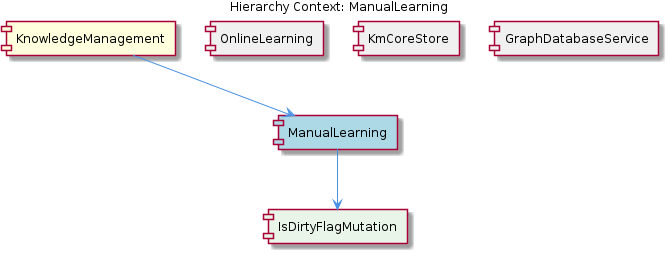
This is knowledge-management/insights/images/manual-learning-relationship.png from fwornle/coding, a PlantUML export, as it was before one commit. Its source is kept beside it as .data/knowledge-graph/insights/puml/manual-learning-relationship.puml.
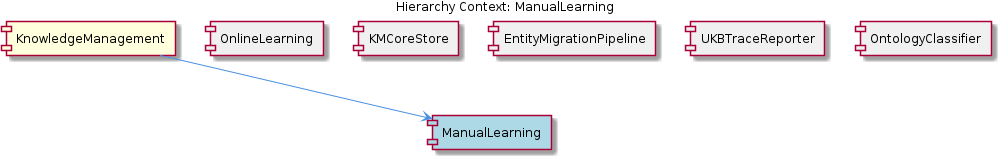
The same diagram one commit later.

Diff of the diagram source:
```diff
@@ -6,14 +6,16 @@
 [KnowledgeManagement] as knowledge_management #FFFFDD
 [ManualLearning] as manual_learning #LightBlue
 [OnlineLearning] as online_learning #F0F0F0
-[KmCoreStore] as km_core_store #F0F0F0
-[GraphDatabaseService] as graph_database_service #F0F0F0
-[IsDirtyFlagMutation] as is_dirty_flag_mutation #E8F5E8
+[KMCoreStore] as kmcore_store #F0F0F0
+[EntityMigrationPipeline] as entity_migration_pipeline #F0F0F0
+[UKBTraceReporter] as ukbtrace_reporter #F0F0F0
+[OntologyClassifier] as ontology_classifier #F0F0F0
 
 knowledge_management --> manual_learning
 online_learning -[hidden]- manual_learning
-km_core_store -[hidden]- manual_learning
-graph_database_service -[hidden]- manual_learning
-manual_learning --> is_dirty_flag_mutation
+kmcore_store -[hidden]- manual_learning
+entity_migration_pipeline -[hidden]- manual_learning
+ukbtrace_reporter -[hidden]- manual_learning
+ontology_classifier -[hidden]- manual_learning
 
 @enduml
```
